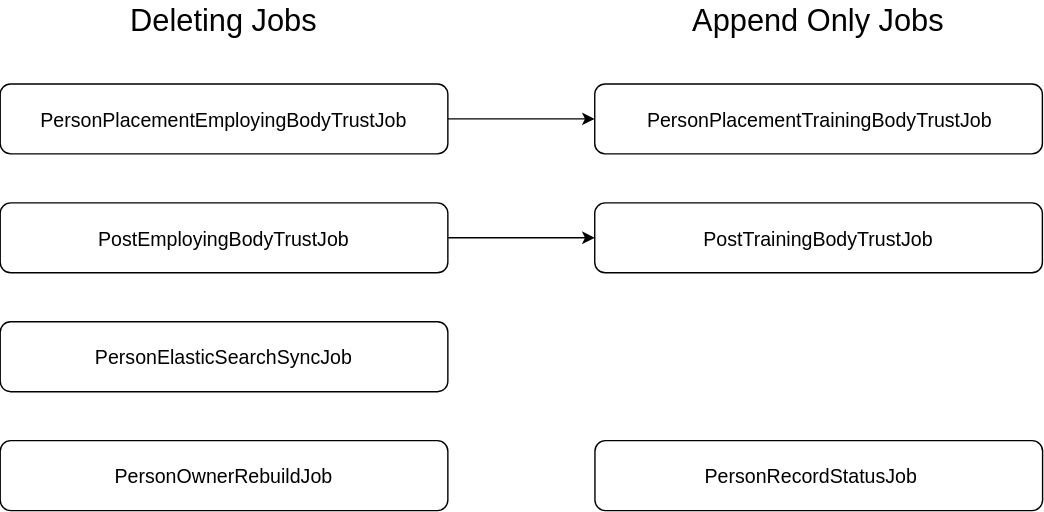
Health-Education-England/TIS-SYNC keeps this draw.io diagram as jobDependency.svg. Above is the earlier version. Source tidied: cells renumbered, new cells last; positions are measured from the earlier drawing's top-left corner, leaving out a move shared by most shapes.
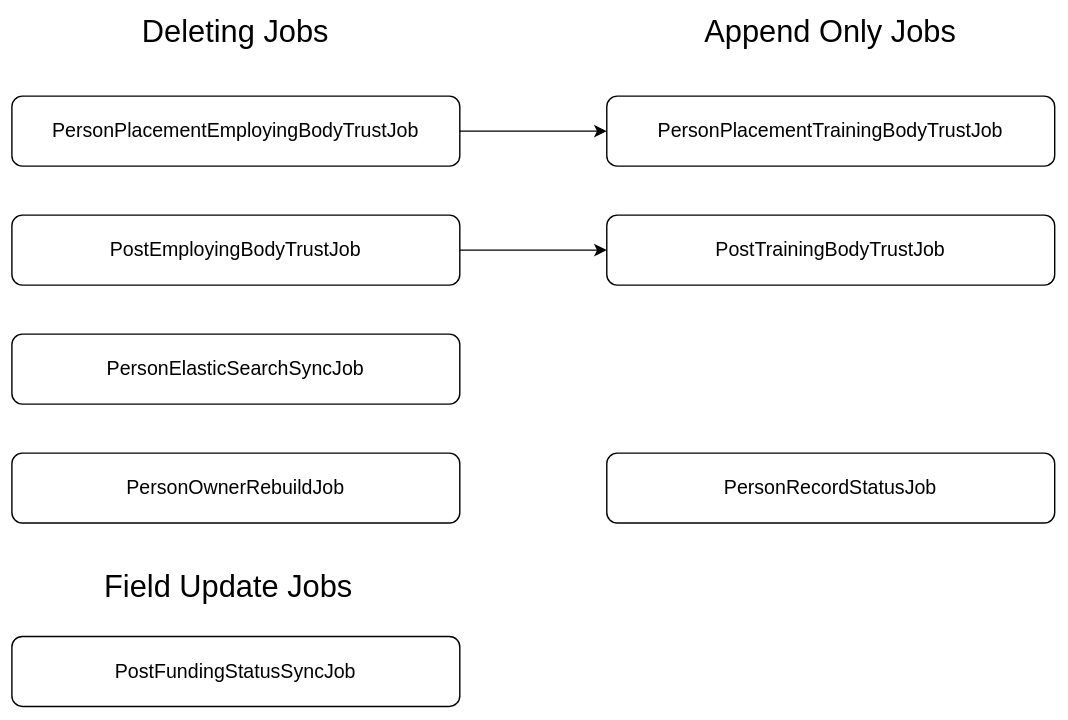
Later version of the same file.

Commit message:
fix : fix read me and add post funding jobs to svg file

TIS21-5812

The edit, as a diff of the source:
```diff
@@ -32,5 +32,14 @@
     <mxCell id="11" value="PostTrainingBodyTrustJob" style="rounded=1;whiteSpace=wrap;html=1;strokeWidth=1;fontSize=14;" parent="1" vertex="1">
       <mxGeometry x="425" y="145" width="320" height="50" as="geometry" />
     </mxCell>
+    <mxCell id="12" value="Field Update Jobs" style="text;html=1;strokeColor=none;fillColor=none;align=center;verticalAlign=middle;whiteSpace=wrap;rounded=0;strokeWidth=1;fontSize=22;" parent="1" vertex="1">
+      <mxGeometry x="60" y="396" width="190" height="30" as="geometry" />
+    </mxCell>
+    <mxCell id="13" value="PostFundingStatusSyncJob" style="rounded=1;whiteSpace=wrap;html=1;strokeWidth=1;fontSize=14;" parent="1" vertex="1">
+      <mxGeometry y="446" width="320" height="50" as="geometry" />
+    </mxCell>
+    <mxCell id="14" value="PersonRecordStatusJob" style="rounded=1;whiteSpace=wrap;html=1;strokeWidth=1;fontSize=14;" parent="1" vertex="1">
+      <mxGeometry x="425" y="315" width="320" height="50" as="geometry" />
+    </mxCell>
   </root>
 </mxGraphModel>
```
